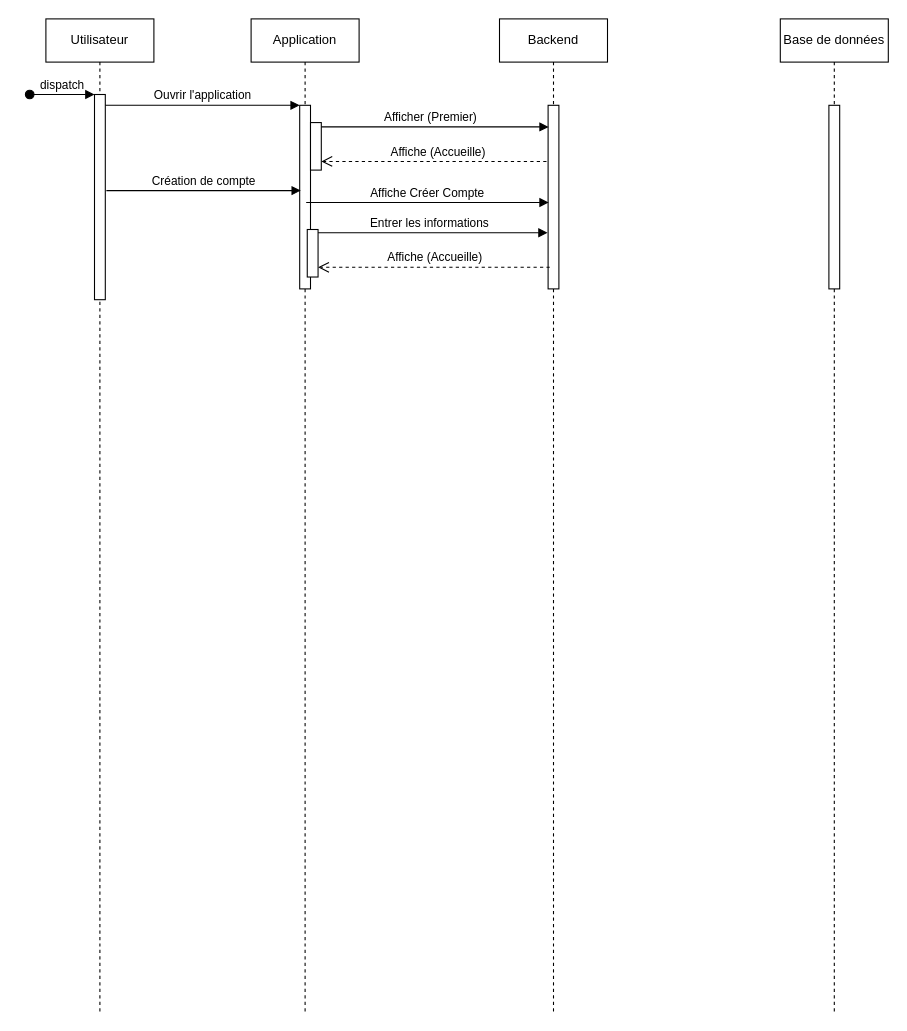
MasirikaConstantin/Projet_Mobile_L3LMD keeps this draw.io diagram as programmation_mobile.drawio. Above is the earlier version. Source tidied: cells renumbered, new cells numbered last; positions are measured from the earlier drawing's top-left corner, leaving out a move shared by most shapes. Both pictures are drawn from the tidied source at 108%, with x=0, y=0 at pixel (29, 18).
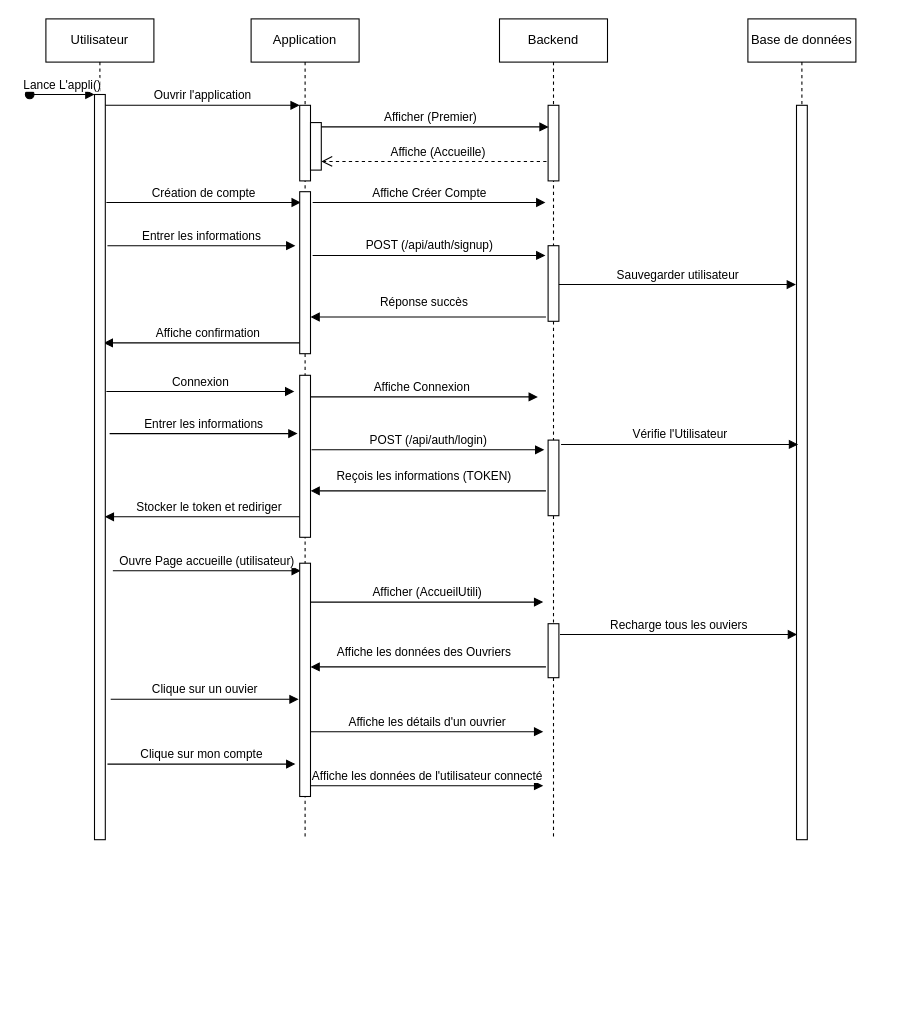
The same diagram, later.

Commit message (it also covers changes not shown here):
Mettre à jour programmation_mobile.drawio

What changed in the source:
```diff
@@
+    <mxCell id="20" value="Affiche Connexion" style="html=1;verticalAlign=bottom;endArrow=block;edgeStyle=elbowEdgeStyle;elbow=vertical;curved=0;rounded=0;" parent="1" edge="1">
+      <mxGeometry relative="1" as="geometry">
+        <mxPoint x="255" y="350" as="sourcePoint" />
+        <mxPoint x="470.5" y="350" as="targetPoint" />
+        <Array as="points">
+          <mxPoint x="331" y="350" />
+        </Array>
+      </mxGeometry>
+    </mxCell>
+    <mxCell id="21" value="Stocker le token et rediriger" style="html=1;verticalAlign=bottom;endArrow=block;edgeStyle=elbowEdgeStyle;elbow=vertical;curved=0;rounded=0;" parent="1" edge="1">
+      <mxGeometry x="0.29" relative="1" as="geometry">
+        <mxPoint x="170" y="461" as="sourcePoint" />
+        <mxPoint x="69.5" y="461" as="targetPoint" />
+        <Array as="points">
+          <mxPoint x="255" y="461" />
+        </Array>
+      </mxGeometry>
+    </mxCell>
+    <mxCell id="22" value="Affiche confirmation" style="html=1;verticalAlign=bottom;endArrow=block;edgeStyle=elbowEdgeStyle;elbow=vertical;curved=0;rounded=0;" parent="1" edge="1">
+      <mxGeometry x="0.29" relative="1" as="geometry">
+        <mxPoint x="169" y="300" as="sourcePoint" />
+        <mxPoint x="68.5" y="300" as="targetPoint" />
+        <Array as="points">
+          <mxPoint x="254" y="300" />
+        </Array>
+      </mxGeometry>
+    </mxCell>
     <mxCell id="2" value="Utilisateur" style="shape=umlLifeline;perimeter=lifelinePerimeter;whiteSpace=wrap;html=1;newEdgeStyle={&quot;edgeStyle&quot;:&quot;elbowEdgeStyle&quot;,&quot;elbow&quot;:&quot;vertical&quot;,&quot;curved&quot;:0,&quot;rounded&quot;:0};" parent="1" vertex="1">
-      <mxGeometry x="15" width="100" height="920" as="geometry" />
+      <mxGeometry x="15" width="100" height="760" as="geometry" />
     </mxCell>
     <mxCell id="3" style="html=1;points=[];perimeter=orthogonalPerimeter;outlineConnect=0;targetShapes=umlLifeline;portConstraint=eastwest;newEdgeStyle={&quot;edgeStyle&quot;:&quot;elbowEdgeStyle&quot;,&quot;elbow&quot;:&quot;vertical&quot;,&quot;curved&quot;:0,&quot;rounded&quot;:0};" parent="2" vertex="1">
-      <mxGeometry x="45" y="70" width="10" height="190" as="geometry" />
+      <mxGeometry x="45" y="70" width="10" height="690" as="geometry" />
     </mxCell>
-    <mxCell id="4" value="dispatch" style="html=1;verticalAlign=bottom;startArrow=oval;endArrow=block;startSize=8;edgeStyle=elbowEdgeStyle;elbow=vertical;curved=0;rounded=0;" parent="2" edge="1" target="3">
+    <mxCell id="4" value="Lance L'appli()" style="html=1;verticalAlign=bottom;startArrow=oval;endArrow=block;startSize=8;edgeStyle=elbowEdgeStyle;elbow=vertical;curved=0;rounded=0;" parent="2" edge="1" target="3">
       <mxGeometry relative="1" as="geometry">
         <mxPoint x="-15" y="70" as="sourcePoint" />
       </mxGeometry>
     </mxCell>
     <mxCell id="5" value="&lt;div&gt;Application&lt;/div&gt;" style="shape=umlLifeline;perimeter=lifelinePerimeter;whiteSpace=wrap;html=1;newEdgeStyle={&quot;edgeStyle&quot;:&quot;elbowEdgeStyle&quot;,&quot;elbow&quot;:&quot;vertical&quot;,&quot;curved&quot;:0,&quot;rounded&quot;:0};" parent="1" vertex="1">
-      <mxGeometry x="205" width="100" height="920" as="geometry" />
+      <mxGeometry x="205" width="100" height="760" as="geometry" />
     </mxCell>
     <mxCell id="6" style="html=1;points=[];perimeter=orthogonalPerimeter;outlineConnect=0;targetShapes=umlLifeline;portConstraint=eastwest;newEdgeStyle={&quot;edgeStyle&quot;:&quot;elbowEdgeStyle&quot;,&quot;elbow&quot;:&quot;vertical&quot;,&quot;curved&quot;:0,&quot;rounded&quot;:0};" parent="5" vertex="1">
-      <mxGeometry x="45" y="80" width="10" height="170" as="geometry" />
+      <mxGeometry x="45" y="80" width="10" height="70" as="geometry" />
     </mxCell>
+    <mxCell id="23" style="html=1;perimeter=orthogonalPerimeter;targetShapes=umlLifeline;newEdgeStyle={&quot;edgeStyle&quot;:&quot;elbowEdgeStyle&quot;,&quot;elbow&quot;:&quot;vertical&quot;,&quot;curved&quot;:0,&quot;rounded&quot;:0};" parent="5" vertex="1">
+      <mxGeometry x="45" y="330" width="10" height="150" as="geometry" />
+    </mxCell>
@@
     <mxCell id="9" value="Backend " style="shape=umlLifeline;perimeter=lifelinePerimeter;whiteSpace=wrap;html=1;newEdgeStyle={&quot;edgeStyle&quot;:&quot;elbowEdgeStyle&quot;,&quot;elbow&quot;:&quot;vertical&quot;,&quot;curved&quot;:0,&quot;rounded&quot;:0};" parent="1" vertex="1">
-      <mxGeometry x="435" width="100" height="920" as="geometry" />
+      <mxGeometry x="435" width="100" height="760" as="geometry" />
     </mxCell>
     <mxCell id="10" style="html=1;perimeter=orthogonalPerimeter;targetShapes=umlLifeline;newEdgeStyle={&quot;edgeStyle&quot;:&quot;elbowEdgeStyle&quot;,&quot;elbow&quot;:&quot;vertical&quot;,&quot;curved&quot;:0,&quot;rounded&quot;:0};" parent="9" vertex="1">
-      <mxGeometry x="45" y="80" width="10" height="170" as="geometry" />
+      <mxGeometry x="45" y="80" width="10" height="70" as="geometry" />
     </mxCell>
+    <mxCell id="24" style="html=1;perimeter=orthogonalPerimeter;targetShapes=umlLifeline;newEdgeStyle={&quot;edgeStyle&quot;:&quot;elbowEdgeStyle&quot;,&quot;elbow&quot;:&quot;vertical&quot;,&quot;curved&quot;:0,&quot;rounded&quot;:0};" parent="9" vertex="1">
+      <mxGeometry x="45" y="210" width="10" height="70" as="geometry" />
+    </mxCell>
+    <mxCell id="25" style="html=1;perimeter=orthogonalPerimeter;targetShapes=umlLifeline;newEdgeStyle={&quot;edgeStyle&quot;:&quot;elbowEdgeStyle&quot;,&quot;elbow&quot;:&quot;vertical&quot;,&quot;curved&quot;:0,&quot;rounded&quot;:0};" parent="9" vertex="1">
+      <mxGeometry x="45" y="390" width="10" height="70" as="geometry" />
+    </mxCell>
+    <mxCell id="26" style="html=1;perimeter=orthogonalPerimeter;targetShapes=umlLifeline;newEdgeStyle={&quot;edgeStyle&quot;:&quot;elbowEdgeStyle&quot;,&quot;elbow&quot;:&quot;vertical&quot;,&quot;curved&quot;:0,&quot;rounded&quot;:0};" parent="9" vertex="1">
+      <mxGeometry x="45" y="560" width="10" height="50" as="geometry" />
+    </mxCell>
     <mxCell id="11" value="&lt;div&gt;Base de données&lt;/div&gt;" style="shape=umlLifeline;perimeter=lifelinePerimeter;whiteSpace=wrap;html=1;newEdgeStyle={&quot;edgeStyle&quot;:&quot;elbowEdgeStyle&quot;,&quot;elbow&quot;:&quot;vertical&quot;,&quot;curved&quot;:0,&quot;rounded&quot;:0};" parent="1" vertex="1">
-      <mxGeometry x="695" width="100" height="920" as="geometry" />
+      <mxGeometry x="665" width="100" height="760" as="geometry" />
     </mxCell>
     <mxCell id="12" style="html=1;perimeter=orthogonalPerimeter;targetShapes=umlLifeline;newEdgeStyle={&quot;edgeStyle&quot;:&quot;elbowEdgeStyle&quot;,&quot;elbow&quot;:&quot;vertical&quot;,&quot;curved&quot;:0,&quot;rounded&quot;:0};" parent="11" vertex="1">
-      <mxGeometry x="45" y="80" width="10" height="170" as="geometry" />
+      <mxGeometry x="45" y="80" width="10" height="680" as="geometry" />
     </mxCell>
@@
     <mxCell id="15" value="Création de compte" style="html=1;verticalAlign=bottom;endArrow=block;edgeStyle=elbowEdgeStyle;elbow=vertical;curved=0;rounded=0;" parent="1" edge="1">
       <mxGeometry relative="1" as="geometry">
-        <mxPoint x="71" y="159" as="sourcePoint" />
-        <mxPoint x="251" y="159" as="targetPoint" />
+        <mxPoint x="71" y="170" as="sourcePoint" />
+        <mxPoint x="251" y="170" as="targetPoint" />
         <Array as="points">
-          <mxPoint x="156" y="159" />
+          <mxPoint x="156" y="170" />
         </Array>
       </mxGeometry>
     </mxCell>
     <mxCell id="16" value="&lt;div&gt;Affiche Créer Compte&lt;/div&gt;" style="html=1;verticalAlign=bottom;endArrow=block;edgeStyle=elbowEdgeStyle;elbow=vertical;curved=0;rounded=0;" parent="1" edge="1">
       <mxGeometry relative="1" as="geometry">
-        <mxPoint x="256" y="170" as="sourcePoint" />
-        <mxPoint x="480.5" y="170" as="targetPoint" />
+        <mxPoint x="262" y="170" as="sourcePoint" />
+        <mxPoint x="477.5" y="170" as="targetPoint" />
         <Array as="points">
-          <mxPoint x="341" y="170" />
+          <mxPoint x="338" y="170" />
         </Array>
       </mxGeometry>
     </mxCell>
     <mxCell id="17" value="Entrer les informations " style="html=1;verticalAlign=bottom;endArrow=block;edgeStyle=elbowEdgeStyle;elbow=vertical;curved=0;rounded=0;" parent="1" edge="1">
       <mxGeometry relative="1" as="geometry">
-        <mxPoint x="260" y="198" as="sourcePoint" />
-        <mxPoint x="479.5" y="198" as="targetPoint" />
+        <mxPoint x="72" y="210" as="sourcePoint" />
+        <mxPoint x="246" y="210" as="targetPoint" />
         <Array as="points">
-          <mxPoint x="335" y="198" />
+          <mxPoint x="147" y="210" />
         </Array>
       </mxGeometry>
     </mxCell>
-    <mxCell id="18" value="Affiche (Accueille)" style="html=1;verticalAlign=bottom;endArrow=open;dashed=1;endSize=8;edgeStyle=elbowEdgeStyle;elbow=vertical;curved=0;rounded=0;" parent="1" edge="1">
-      <mxGeometry relative="1" as="geometry">
-        <mxPoint x="481.5" y="230" as="sourcePoint" />
-        <mxPoint x="267" y="230" as="targetPoint" />
-        <Array as="points">
-          <mxPoint x="362" y="230" />
-        </Array>
-      </mxGeometry>
-    </mxCell>
-    <mxCell id="19" style="html=1;perimeter=orthogonalPerimeter;targetShapes=umlLifeline;newEdgeStyle={&quot;edgeStyle&quot;:&quot;elbowEdgeStyle&quot;,&quot;elbow&quot;:&quot;vertical&quot;,&quot;curved&quot;:0,&quot;rounded&quot;:0};" parent="1" vertex="1">
-      <mxGeometry x="257" y="195" width="10" height="44" as="geometry" />
-    </mxCell>
+    <mxCell id="27" value="Sauvegarder utilisateur" style="html=1;verticalAlign=bottom;endArrow=block;edgeStyle=elbowEdgeStyle;elbow=vertical;curved=0;rounded=0;" parent="1" edge="1">
+      <mxGeometry relative="1" as="geometry">
+        <mxPoint x="490" y="246" as="sourcePoint" />
+        <mxPoint x="709.5" y="246" as="targetPoint" />
+        <Array as="points">
+          <mxPoint x="565" y="246" />
+        </Array>
+      </mxGeometry>
+    </mxCell>
+    <mxCell id="28" value="Réponse succès" style="html=1;verticalAlign=bottom;endArrow=block;edgeStyle=elbowEdgeStyle;elbow=vertical;curved=0;rounded=0;" parent="1" edge="1">
+      <mxGeometry x="0.28" y="-5" relative="1" as="geometry">
+        <mxPoint x="403" y="276" as="sourcePoint" />
+        <mxPoint x="260" y="276" as="targetPoint" />
+        <Array as="points">
+          <mxPoint x="478" y="276" />
+        </Array>
+      </mxGeometry>
+    </mxCell>
+    <mxCell id="29" value="POST (/api/auth/signup)" style="html=1;verticalAlign=bottom;endArrow=block;edgeStyle=elbowEdgeStyle;elbow=vertical;curved=0;rounded=0;" parent="1" edge="1">
+      <mxGeometry relative="1" as="geometry">
+        <mxPoint x="262" y="219" as="sourcePoint" />
+        <mxPoint x="477.5" y="219" as="targetPoint" />
+        <Array as="points">
+          <mxPoint x="338" y="219" />
+        </Array>
+      </mxGeometry>
+    </mxCell>
+    <mxCell id="30" value="Connexion" style="html=1;verticalAlign=bottom;endArrow=block;edgeStyle=elbowEdgeStyle;elbow=vertical;curved=0;rounded=0;" parent="1" edge="1">
+      <mxGeometry relative="1" as="geometry">
+        <mxPoint x="71" y="345" as="sourcePoint" />
+        <mxPoint x="245" y="345" as="targetPoint" />
+        <Array as="points">
+          <mxPoint x="146" y="345" />
+        </Array>
+      </mxGeometry>
+    </mxCell>
+    <mxCell id="31" value="POST (/api/auth/login)" style="html=1;verticalAlign=bottom;endArrow=block;edgeStyle=elbowEdgeStyle;elbow=vertical;curved=0;rounded=0;" parent="1" edge="1">
+      <mxGeometry relative="1" as="geometry">
+        <mxPoint x="261" y="399" as="sourcePoint" />
+        <mxPoint x="476.5" y="399" as="targetPoint" />
+        <Array as="points">
+          <mxPoint x="337" y="399" />
+        </Array>
+      </mxGeometry>
+    </mxCell>
+    <mxCell id="32" value="Vérifie l'Utilisateur " style="html=1;verticalAlign=bottom;endArrow=block;edgeStyle=elbowEdgeStyle;elbow=vertical;curved=0;rounded=0;" parent="1" edge="1">
+      <mxGeometry relative="1" as="geometry">
+        <mxPoint x="492" y="394" as="sourcePoint" />
+        <mxPoint x="711.5" y="394" as="targetPoint" />
+        <Array as="points">
+          <mxPoint x="567" y="394" />
+        </Array>
+      </mxGeometry>
+    </mxCell>
+    <mxCell id="33" value="Reçois les informations (TOKEN)" style="html=1;verticalAlign=bottom;endArrow=block;edgeStyle=elbowEdgeStyle;elbow=vertical;curved=0;rounded=0;" parent="1" edge="1">
+      <mxGeometry x="0.28" y="-5" relative="1" as="geometry">
+        <mxPoint x="403" y="437" as="sourcePoint" />
+        <mxPoint x="260" y="437" as="targetPoint" />
+        <Array as="points">
+          <mxPoint x="478" y="437" />
+        </Array>
+      </mxGeometry>
+    </mxCell>
+    <mxCell id="34" value="Ouvre Page accueille (utilisateur)" style="html=1;verticalAlign=bottom;endArrow=block;edgeStyle=elbowEdgeStyle;elbow=vertical;curved=0;rounded=0;" parent="1" edge="1">
+      <mxGeometry relative="1" as="geometry">
+        <mxPoint x="77" y="511" as="sourcePoint" />
+        <mxPoint x="251" y="511" as="targetPoint" />
+        <Array as="points">
+          <mxPoint x="152" y="511" />
+        </Array>
+      </mxGeometry>
+    </mxCell>
+    <mxCell id="35" value="Afficher (AccueilUtili)" style="html=1;verticalAlign=bottom;endArrow=block;edgeStyle=elbowEdgeStyle;elbow=vertical;curved=0;rounded=0;" parent="1" edge="1">
+      <mxGeometry relative="1" as="geometry">
+        <mxPoint x="260" y="540" as="sourcePoint" />
+        <mxPoint x="475.5" y="540" as="targetPoint" />
+        <Array as="points">
+          <mxPoint x="336" y="540" />
+        </Array>
+      </mxGeometry>
+    </mxCell>
+    <mxCell id="36" value="Affiche les données des Ouvriers" style="html=1;verticalAlign=bottom;endArrow=block;edgeStyle=elbowEdgeStyle;elbow=vertical;curved=0;rounded=0;" parent="1" edge="1">
+      <mxGeometry x="0.28" y="-5" relative="1" as="geometry">
+        <mxPoint x="403" y="600" as="sourcePoint" />
+        <mxPoint x="260" y="600" as="targetPoint" />
+        <Array as="points">
+          <mxPoint x="478" y="600" />
+        </Array>
+      </mxGeometry>
+    </mxCell>
+    <mxCell id="37" value="Recharge tous les ouviers" style="html=1;verticalAlign=bottom;endArrow=block;edgeStyle=elbowEdgeStyle;elbow=vertical;curved=0;rounded=0;" parent="1" edge="1">
+      <mxGeometry relative="1" as="geometry">
+        <mxPoint x="491" y="570" as="sourcePoint" />
+        <mxPoint x="710.5" y="570" as="targetPoint" />
+        <Array as="points">
+          <mxPoint x="566" y="570" />
+        </Array>
+      </mxGeometry>
+    </mxCell>
+    <mxCell id="38" value="Clique sur un ouvier" style="html=1;verticalAlign=bottom;endArrow=block;edgeStyle=elbowEdgeStyle;elbow=vertical;curved=0;rounded=0;" parent="1" edge="1">
+      <mxGeometry relative="1" as="geometry">
+        <mxPoint x="75" y="630" as="sourcePoint" />
+        <mxPoint x="249" y="630" as="targetPoint" />
+        <Array as="points">
+          <mxPoint x="150" y="630" />
+        </Array>
+      </mxGeometry>
+    </mxCell>
+    <mxCell id="39" value="Affiche les détails d'un ouvrier" style="html=1;verticalAlign=bottom;endArrow=block;edgeStyle=elbowEdgeStyle;elbow=vertical;curved=0;rounded=0;" parent="1" edge="1">
+      <mxGeometry relative="1" as="geometry">
+        <mxPoint x="260" y="660" as="sourcePoint" />
+        <mxPoint x="475.5" y="660" as="targetPoint" />
+        <Array as="points">
+          <mxPoint x="336" y="660" />
+        </Array>
+      </mxGeometry>
+    </mxCell>
+    <mxCell id="40" value="Clique sur mon compte" style="html=1;verticalAlign=bottom;endArrow=block;edgeStyle=elbowEdgeStyle;elbow=vertical;curved=0;rounded=0;" parent="1" edge="1">
+      <mxGeometry relative="1" as="geometry">
+        <mxPoint x="72" y="690" as="sourcePoint" />
+        <mxPoint x="246" y="690" as="targetPoint" />
+        <Array as="points">
+          <mxPoint x="147" y="690" />
+        </Array>
+      </mxGeometry>
+    </mxCell>
+    <mxCell id="41" value="Affiche les données de l'utilisateur connecté" style="html=1;verticalAlign=bottom;endArrow=block;edgeStyle=elbowEdgeStyle;elbow=vertical;curved=0;rounded=0;" parent="1" edge="1">
+      <mxGeometry relative="1" as="geometry">
+        <mxPoint x="260" y="710" as="sourcePoint" />
+        <mxPoint x="475.5" y="710" as="targetPoint" />
+        <Array as="points">
+          <mxPoint x="336" y="710" />
+        </Array>
+      </mxGeometry>
+    </mxCell>
+    <mxCell id="42" style="html=1;perimeter=orthogonalPerimeter;targetShapes=umlLifeline;newEdgeStyle={&quot;edgeStyle&quot;:&quot;elbowEdgeStyle&quot;,&quot;elbow&quot;:&quot;vertical&quot;,&quot;curved&quot;:0,&quot;rounded&quot;:0};" parent="1" vertex="1">
+      <mxGeometry x="250" y="160" width="10" height="150" as="geometry" />
+    </mxCell>
+    <mxCell id="43" value="Entrer les informations " style="html=1;verticalAlign=bottom;endArrow=block;edgeStyle=elbowEdgeStyle;elbow=vertical;curved=0;rounded=0;" parent="1" edge="1">
+      <mxGeometry relative="1" as="geometry">
+        <mxPoint x="74" y="384" as="sourcePoint" />
+        <mxPoint x="248" y="384" as="targetPoint" />
+        <Array as="points">
+          <mxPoint x="149" y="384" />
+        </Array>
+      </mxGeometry>
+    </mxCell>
+    <mxCell id="44" style="html=1;perimeter=orthogonalPerimeter;targetShapes=umlLifeline;newEdgeStyle={&quot;edgeStyle&quot;:&quot;elbowEdgeStyle&quot;,&quot;elbow&quot;:&quot;vertical&quot;,&quot;curved&quot;:0,&quot;rounded&quot;:0};" parent="1" vertex="1">
+      <mxGeometry x="250" y="504" width="10" height="216" as="geometry" />
+    </mxCell>
```
